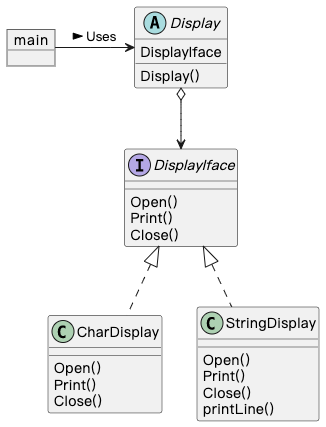
Earlier version of the PlantUML export 03_template_method/template_method.png (A11Might/golang-design-pattern). Its source is kept beside it as 03_template_method/template_method.puml.
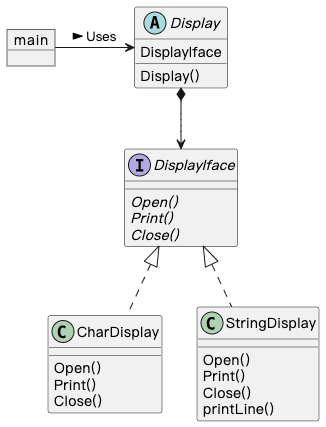
Later version of the same file.

Commit message:
prefect iterator, adapter and template method pattern

The edit, as a diff of the source:
```diff
@@ -2,9 +2,9 @@
 
 object main
 interface DisplayIface {
-    Open()
-	Print()
-	Close()
+    {abstract}Open()
+	{abstract}Print()
+	{abstract}Close()
 }
 abstract class Display {
     DisplayIface
@@ -23,7 +23,7 @@
 }
 
 main -> Display: Uses >
-Display o--> DisplayIface
+Display *--> DisplayIface
 DisplayIface <|.. CharDisplay
 DisplayIface <|.. StringDisplay
 
```
